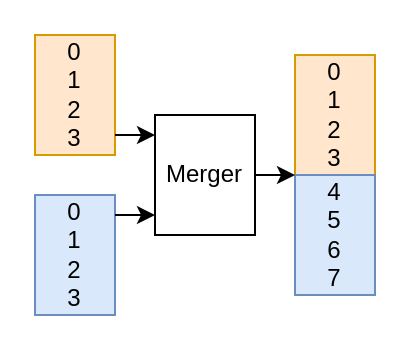
Earlier version of the draw.io diagram merger_address.drawio (AurelieSa/draw_io). Source tidied: cells renumbered, new cells numbered last; positions are measured from the earlier drawing's top-left corner, leaving out a move shared by most shapes. Both pictures are drawn from the tidied source at 200%, with x=0, y=0 at pixel (34, 34).
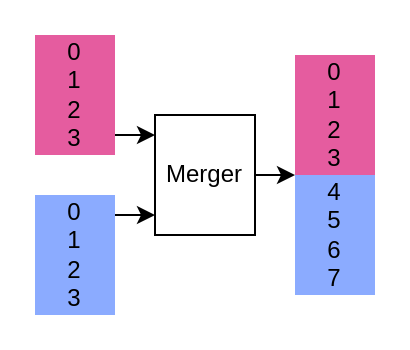
The same page after the edit.

What changed in the source:
```diff
@@
 <mxGraphModel>
   <root>
     <mxCell id="0" />
     <mxCell id="1" parent="0" />
-    <mxCell id="2" value="&lt;div&gt;0&lt;/div&gt;&lt;div&gt;1&lt;/div&gt;&lt;div&gt;2&lt;/div&gt;&lt;div&gt;3&lt;br&gt;&lt;/div&gt;" style="rounded=0;whiteSpace=wrap;html=1;fillColor=#ffe6cc;strokeColor=#d79b00;" parent="1" vertex="1">
+    <mxCell id="2" value="&lt;div&gt;0&lt;/div&gt;&lt;div&gt;1&lt;/div&gt;&lt;div&gt;2&lt;/div&gt;&lt;div&gt;3&lt;br&gt;&lt;/div&gt;" style="rounded=0;whiteSpace=wrap;html=1;fillColor=#dc267f;strokeColor=none;opacity=75;" parent="1" vertex="1">
       <mxGeometry width="40" height="60" as="geometry" />
     </mxCell>
-    <mxCell id="3" value="&lt;div&gt;0&lt;/div&gt;&lt;div&gt;1&lt;/div&gt;&lt;div&gt;2&lt;/div&gt;&lt;div&gt;3&lt;br&gt;&lt;/div&gt;" style="rounded=0;whiteSpace=wrap;html=1;fillColor=#dae8fc;strokeColor=#6c8ebf;" parent="1" vertex="1">
+    <mxCell id="3" value="&lt;div&gt;0&lt;/div&gt;&lt;div&gt;1&lt;/div&gt;&lt;div&gt;2&lt;/div&gt;&lt;div&gt;3&lt;br&gt;&lt;/div&gt;" style="rounded=0;whiteSpace=wrap;html=1;fillColor=#648fff;strokeColor=none;opacity=75;" parent="1" vertex="1">
       <mxGeometry y="80" width="40" height="60" as="geometry" />
     </mxCell>
     <mxCell id="4" value="&lt;div&gt;Merger&lt;/div&gt;" style="rounded=0;whiteSpace=wrap;html=1;" parent="1" vertex="1">
       <mxGeometry x="60" y="40" width="50" height="60" as="geometry" />
     </mxCell>
     <mxCell id="5" style="endArrow=classic;html=1;rounded=0;" parent="1" edge="1">
       <mxGeometry relative="1" as="geometry">
         <mxPoint x="40" y="90" as="sourcePoint" />
         <mxPoint x="60" y="90" as="targetPoint" />
       </mxGeometry>
     </mxCell>
     <mxCell id="6" style="endArrow=classic;html=1;rounded=0;" parent="1" edge="1">
       <mxGeometry relative="1" as="geometry">
         <mxPoint x="40" y="50" as="sourcePoint" />
         <mxPoint x="60" y="50" as="targetPoint" />
       </mxGeometry>
     </mxCell>
-    <mxCell id="7" value="&lt;div&gt;0&lt;/div&gt;&lt;div&gt;1&lt;/div&gt;&lt;div&gt;2&lt;/div&gt;&lt;div&gt;3&lt;br&gt;&lt;/div&gt;" style="rounded=0;whiteSpace=wrap;html=1;fillColor=#ffe6cc;strokeColor=#d79b00;" parent="1" vertex="1">
+    <mxCell id="7" value="&lt;div&gt;0&lt;/div&gt;&lt;div&gt;1&lt;/div&gt;&lt;div&gt;2&lt;/div&gt;&lt;div&gt;3&lt;br&gt;&lt;/div&gt;" style="rounded=0;whiteSpace=wrap;html=1;fillColor=#dc267f;strokeColor=none;glass=0;shadow=0;gradientColor=none;opacity=75;" parent="1" vertex="1">
       <mxGeometry x="130" y="10" width="40" height="60" as="geometry" />
     </mxCell>
-    <mxCell id="8" value="&lt;div&gt;4&lt;/div&gt;&lt;div&gt;5&lt;/div&gt;&lt;div&gt;6&lt;/div&gt;&lt;div&gt;7&lt;br&gt;&lt;/div&gt;" style="rounded=0;whiteSpace=wrap;html=1;fillColor=#dae8fc;strokeColor=#6c8ebf;" parent="1" vertex="1">
+    <mxCell id="8" value="&lt;div&gt;4&lt;/div&gt;&lt;div&gt;5&lt;/div&gt;&lt;div&gt;6&lt;/div&gt;&lt;div&gt;7&lt;br&gt;&lt;/div&gt;" style="rounded=0;whiteSpace=wrap;html=1;fillColor=#648fff;strokeColor=none;opacity=75;" parent="1" vertex="1">
       <mxGeometry x="130" y="70" width="40" height="60" as="geometry" />
     </mxCell>
     <mxCell id="9" style="endArrow=classic;html=1;rounded=0;" parent="1" edge="1">
       <mxGeometry relative="1" as="geometry">
         <mxPoint x="110" y="70" as="sourcePoint" />
         <mxPoint x="130" y="70" as="targetPoint" />
       </mxGeometry>
     </mxCell>
   </root>
 </mxGraphModel>
```
